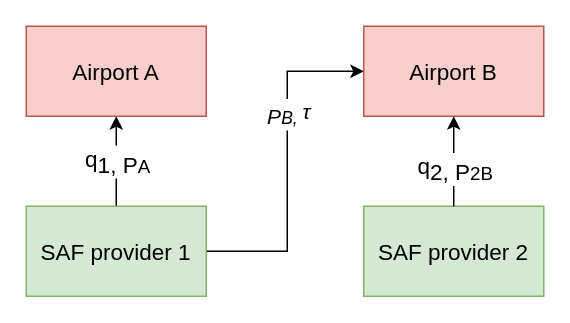
HengfeiMa95/paper-reading keeps this draw.io diagram as GRF.drawio. Above is the earlier version. Source tidied: cells renumbered, new cells numbered last; positions are measured from the earlier drawing's top-left corner, leaving out a move shared by most shapes. Both pictures are drawn from the tidied source at 150%, with x=0, y=0 at pixel (26, 26).
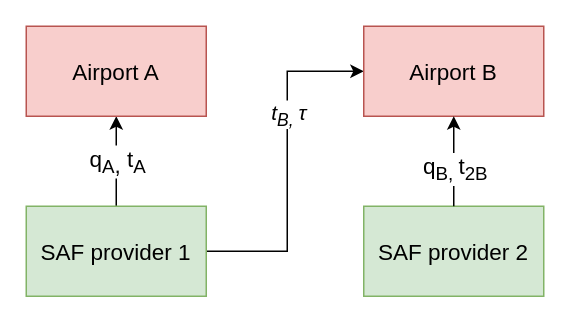
The same diagram, later.

What changed in the source:
```diff
@@
 <mxGraphModel>
   <root>
     <mxCell id="0" />
     <mxCell id="1" parent="0" />
     <mxCell id="2" style="edgeStyle=orthogonalEdgeStyle;rounded=0;jettySize=auto;html=1;entryX=0;entryY=0.5;entryDx=0;entryDy=0;exitX=1;exitY=0.5;exitDx=0;exitDy=0;" parent="1" edge="1" source="7" target="8">
       <mxGeometry relative="1" as="geometry">
         <Array as="points">
           <mxPoint x="174" y="150" />
           <mxPoint x="174" y="30" />
         </Array>
       </mxGeometry>
     </mxCell>
-    <mxCell id="3" value="&lt;sub style=&quot;font-size: 14px;&quot;&gt;P&lt;/sub&gt;&lt;span style=&quot;font-size: 14px;&quot;&gt;&lt;sub&gt;B,&amp;nbsp;&lt;/sub&gt;&lt;/span&gt;&lt;font style=&quot;font-size: 14px;&quot;&gt;τ&lt;/font&gt;" style="edgeLabel;html=1;align=center;verticalAlign=middle;fontSize=14;fontStyle=2;" parent="2" vertex="1">
+    <mxCell id="3" value="&lt;span style=&quot;font-size: 14px;&quot;&gt;t&lt;sub&gt;B,&amp;nbsp;&lt;/sub&gt;&lt;/span&gt;&lt;font style=&quot;font-size: 14px;&quot;&gt;τ&lt;/font&gt;" style="edgeLabel;html=1;align=center;verticalAlign=middle;fontSize=14;fontStyle=2;" parent="2" vertex="1">
       <mxGeometry x="0.3" relative="1" as="geometry" />
     </mxCell>
     <mxCell id="4" value="SAF provider 2" style="rounded=0;whiteSpace=wrap;html=1;fontSize=15;fillColor=#d5e8d4;strokeColor=#82b366;" parent="1" vertex="1">
       <mxGeometry x="225" y="120" width="120" height="60" as="geometry" />
     </mxCell>
     <mxCell id="5" style="edgeStyle=orthogonalEdgeStyle;rounded=0;jettySize=auto;html=1;fontSize=15;" parent="1" edge="1" source="7" target="9">
       <mxGeometry relative="1" as="geometry" />
     </mxCell>
-    <mxCell id="6" value="q&lt;sub style=&quot;font-size: 15px;&quot;&gt;1, P&lt;/sub&gt;&lt;span style=&quot;font-size: 15px;&quot;&gt;&lt;sub&gt;A&lt;/sub&gt;&lt;/span&gt;&lt;sub style=&quot;font-size: 15px;&quot;&gt;&amp;nbsp;&lt;/sub&gt;" style="edgeLabel;html=1;align=center;verticalAlign=middle;fontSize=15;" parent="5" vertex="1">
+    <mxCell id="6" value="q&lt;sub&gt;A&lt;/sub&gt;&lt;sub style=&quot;font-size: 15px;&quot;&gt;, &lt;/sub&gt;&lt;span style=&quot;font-size: 15px;&quot;&gt;t&lt;/span&gt;&lt;span style=&quot;font-size: 15px;&quot;&gt;&lt;sub&gt;A&lt;/sub&gt;&lt;/span&gt;&lt;sub style=&quot;font-size: 15px;&quot;&gt;&amp;nbsp;&lt;/sub&gt;" style="edgeLabel;html=1;align=center;verticalAlign=middle;fontSize=15;" parent="5" vertex="1">
       <mxGeometry x="0.03" y="-2" relative="1" as="geometry" />
     </mxCell>
     <mxCell id="7" value="SAF provider 1" style="rounded=0;whiteSpace=wrap;html=1;fontSize=15;fillColor=#d5e8d4;strokeColor=#82b366;" parent="1" vertex="1">
       <mxGeometry y="120" width="120" height="60" as="geometry" />
     </mxCell>
     <mxCell id="8" value="Airport B" style="rounded=0;whiteSpace=wrap;html=1;fontSize=15;fillColor=#f8cecc;strokeColor=#b85450;" parent="1" vertex="1">
       <mxGeometry x="225" width="120" height="60" as="geometry" />
     </mxCell>
     <mxCell id="9" value="Airport A" style="rounded=0;whiteSpace=wrap;html=1;fontSize=15;fillColor=#f8cecc;strokeColor=#b85450;" parent="1" vertex="1">
       <mxGeometry width="120" height="60" as="geometry" />
     </mxCell>
     <mxCell id="10" style="endArrow=classic;html=1;rounded=0;exitX=0.5;exitY=0;exitDx=0;exitDy=0;entryX=0.5;entryY=1;entryDx=0;entryDy=0;fontSize=15;" parent="1" edge="1" source="4" target="8">
       <mxGeometry relative="1" as="geometry" />
     </mxCell>
-    <mxCell id="11" value="q&lt;sub style=&quot;font-size: 15px;&quot;&gt;2, P&lt;/sub&gt;&lt;span style=&quot;font-size: 15px;&quot;&gt;&lt;sub&gt;2B&lt;/sub&gt;&lt;/span&gt;" style="edgeLabel;html=1;align=center;verticalAlign=middle;fontSize=15;" parent="10" vertex="1">
+    <mxCell id="11" value="q&lt;sub&gt;B&lt;/sub&gt;&lt;span style=&quot;font-size: 15px;&quot;&gt;&lt;sub&gt;, &lt;/sub&gt;t&lt;/span&gt;&lt;span style=&quot;font-size: 15px;&quot;&gt;&lt;sub&gt;2B&lt;/sub&gt;&lt;/span&gt;" style="edgeLabel;html=1;align=center;verticalAlign=middle;fontSize=15;" parent="10" vertex="1">
       <mxGeometry x="-0.13" relative="1" as="geometry" />
     </mxCell>
   </root>
 </mxGraphModel>
```
